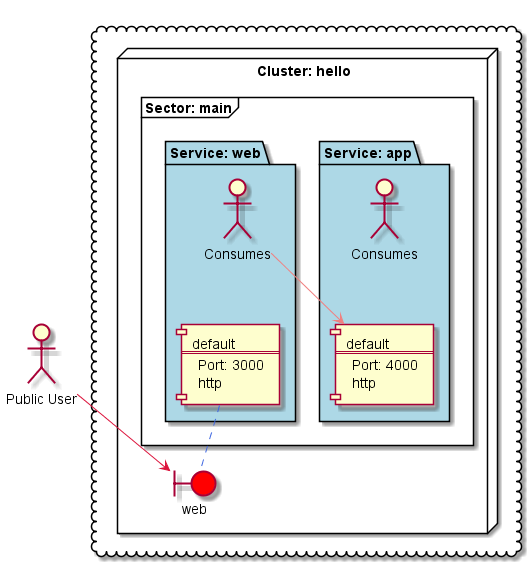
berlioz-the/sample-polyglot-microservices keeps this PlantUML diagram as diagram.png. Above is the earlier version. Its diagram source:
```plantuml
@startuml
cloud {
node "Cluster: hello" as CL_cluster_hello {
frame "Sector: main" as SEC_sector_hello_main {
package "Service: app" as SVC_service_hello_main_app #LightBlue {
actor :Consumes: as SVCAGENT_service_hello_main_app
component "default\n===\nPort: 4000\nhttp" as PROV_service_hello_main_app_default
SVCAGENT_service_hello_main_app -[hidden]-> PROV_service_hello_main_app_default
}
package "Service: web" as SVC_service_hello_main_web #LightBlue {
actor :Consumes: as SVCAGENT_service_hello_main_web
component "default\n===\nPort: 3000\nhttp" as PROV_service_hello_main_web_default
SVCAGENT_service_hello_main_web -[hidden]-> PROV_service_hello_main_web_default
}
}
boundary "web" as CI_cluster_hello_web #red
PROV_service_hello_main_web_default .. CI_cluster_hello_web #RoyalBlue
}
}
actor :Public User: as EX_Consumer
EX_Consumer --> CI_cluster_hello_web #Crimson
SVCAGENT_service_hello_main_web --> PROV_service_hello_main_app_default #LightCoral
@enduml
```
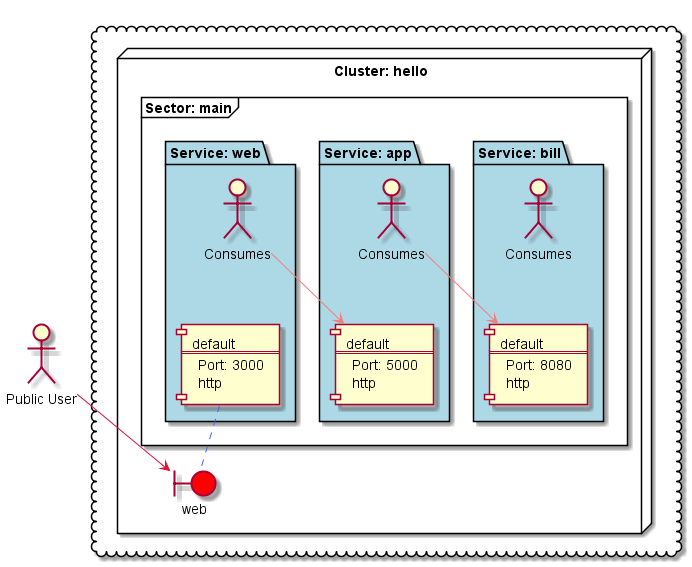
The same diagram one commit later.

Change to the diagram source:
```diff
@@ -4,8 +4,13 @@
 frame "Sector: main" as SEC_sector_hello_main {
 package "Service: app" as SVC_service_hello_main_app #LightBlue {
 actor :Consumes: as SVCAGENT_service_hello_main_app
-component "default\n===\nPort: 4000\nhttp" as PROV_service_hello_main_app_default
+component "default\n===\nPort: 5000\nhttp" as PROV_service_hello_main_app_default
 SVCAGENT_service_hello_main_app -[hidden]-> PROV_service_hello_main_app_default
+}
+package "Service: bill" as SVC_service_hello_main_bill #LightBlue {
+actor :Consumes: as SVCAGENT_service_hello_main_bill
+component "default\n===\nPort: 8080\nhttp" as PROV_service_hello_main_bill_default
+SVCAGENT_service_hello_main_bill -[hidden]-> PROV_service_hello_main_bill_default
 }
 package "Service: web" as SVC_service_hello_main_web #LightBlue {
 actor :Consumes: as SVCAGENT_service_hello_main_web
@@ -19,5 +24,6 @@
 }
 actor :Public User: as EX_Consumer
 EX_Consumer --> CI_cluster_hello_web #Crimson
+SVCAGENT_service_hello_main_app --> PROV_service_hello_main_bill_default #LightCoral
 SVCAGENT_service_hello_main_web --> PROV_service_hello_main_app_default #LightCoral
 @enduml
```
